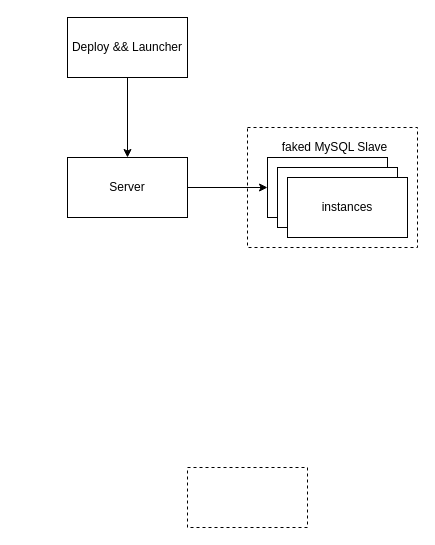
Above: page "canal 流程" (2 of 2) of dts.drawio in spiswe/scripts (draw.io), before the change. Source tidied: cells renumbered, new cells numbered last; positions are measured from the earlier drawing's top-left corner, leaving out a move shared by most shapes. Both pictures are drawn from the tidied source at 100%, with x=0, y=0 at pixel (67, 17).
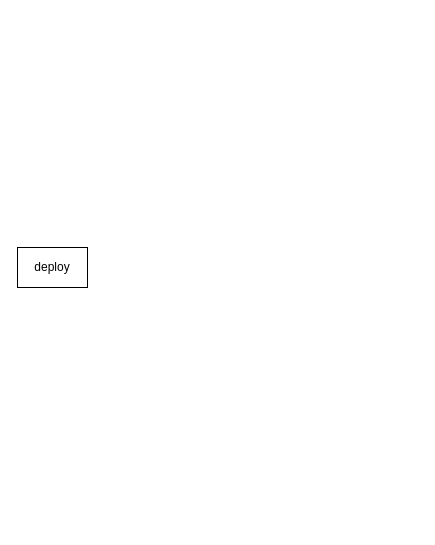
The same page after the edit.

The edit, as a diff of the source:
```diff
@@
 <mxGraphModel>
   <root>
     <mxCell id="0" />
     <mxCell id="1" parent="0" />
-    <mxCell id="2" style="rounded=0;whiteSpace=wrap;html=1;dashed=1;" parent="1" vertex="1">
-      <mxGeometry x="180" y="110" width="170" height="120" as="geometry" />
-    </mxCell>
-    <mxCell id="3" style="edgeStyle=orthogonalEdgeStyle;rounded=0;jettySize=auto;html=1;" parent="1" edge="1" source="4" target="6">
-      <mxGeometry relative="1" as="geometry" />
-    </mxCell>
-    <mxCell id="4" value="Deploy &amp;amp;&amp;amp; Launcher" style="rounded=0;whiteSpace=wrap;html=1;" parent="1" vertex="1">
-      <mxGeometry width="120" height="60" as="geometry" />
-    </mxCell>
-    <mxCell id="5" style="edgeStyle=orthogonalEdgeStyle;rounded=0;jettySize=auto;html=1;" parent="1" edge="1" source="6" target="7">
-      <mxGeometry relative="1" as="geometry" />
-    </mxCell>
-    <mxCell id="6" value="Server" style="rounded=0;whiteSpace=wrap;html=1;" parent="1" vertex="1">
-      <mxGeometry y="140" width="120" height="60" as="geometry" />
-    </mxCell>
-    <mxCell id="7" style="whiteSpace=wrap;html=1;rounded=0;" parent="1" vertex="1">
-      <mxGeometry x="200" y="140" width="120" height="60" as="geometry" />
-    </mxCell>
-    <mxCell id="8" style="whiteSpace=wrap;html=1;rounded=0;" parent="1" vertex="1">
-      <mxGeometry x="210" y="150" width="120" height="60" as="geometry" />
-    </mxCell>
-    <mxCell id="9" value="instances" style="whiteSpace=wrap;html=1;rounded=0;" parent="1" vertex="1">
-      <mxGeometry x="220" y="160" width="120" height="60" as="geometry" />
-    </mxCell>
-    <mxCell id="10" value="faked MySQL Slave" style="text;html=1;strokeColor=none;fillColor=none;align=center;verticalAlign=middle;whiteSpace=wrap;rounded=0;dashed=1;" parent="1" vertex="1">
-      <mxGeometry x="205" y="120" width="125" height="20" as="geometry" />
-    </mxCell>
-    <mxCell id="11" style="rounded=0;whiteSpace=wrap;html=1;dashed=1;" parent="1" vertex="1">
-      <mxGeometry x="120" y="450" width="120" height="60" as="geometry" />
-    </mxCell>
+    <mxCell id="12" value="deploy" style="rounded=0;whiteSpace=wrap;html=1;" parent="1" vertex="1">
+      <mxGeometry x="-50" y="230" width="70" height="40" as="geometry" />
+    </mxCell>
   </root>
 </mxGraphModel>
```
